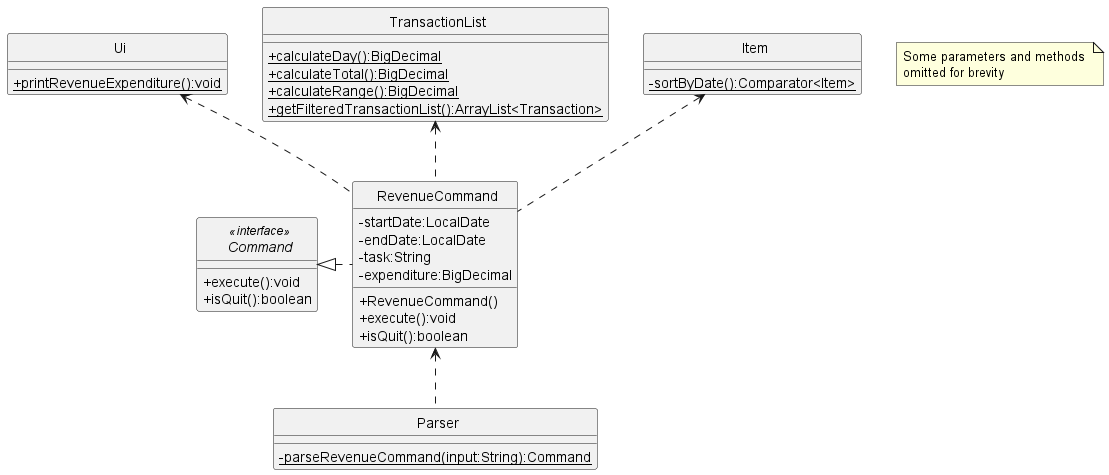
rismm/tp keeps this PlantUML diagram as docs/uml-diagrams/RevenueCommandClass.png. Above is the earlier version.
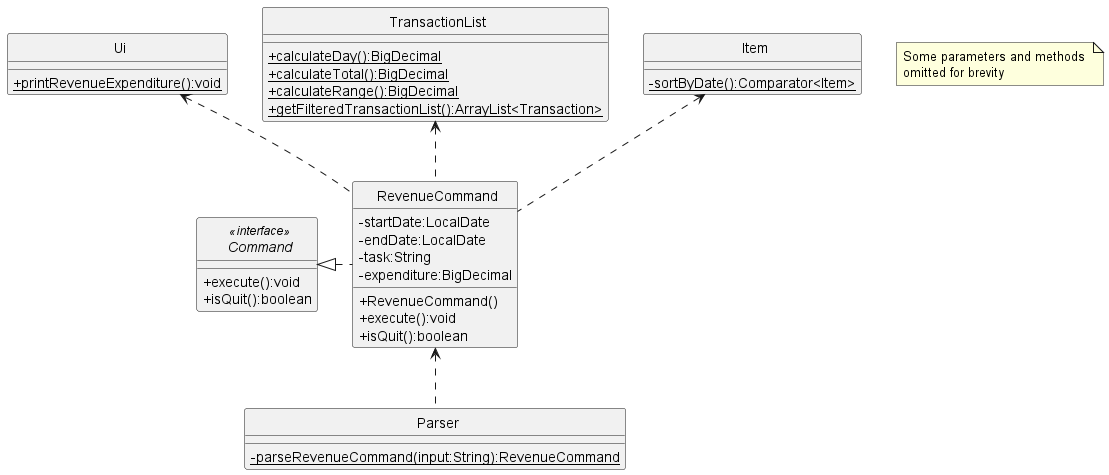
After the change.

Change to the diagram source:
```diff
@@ -36,7 +36,7 @@
 }
 
 class Parser {
-    {static}-parseRevenueCommand(input:String):Command
+    {static}-parseRevenueCommand(input:String):RevenueCommand
 }
 
 class TransactionList {
```
